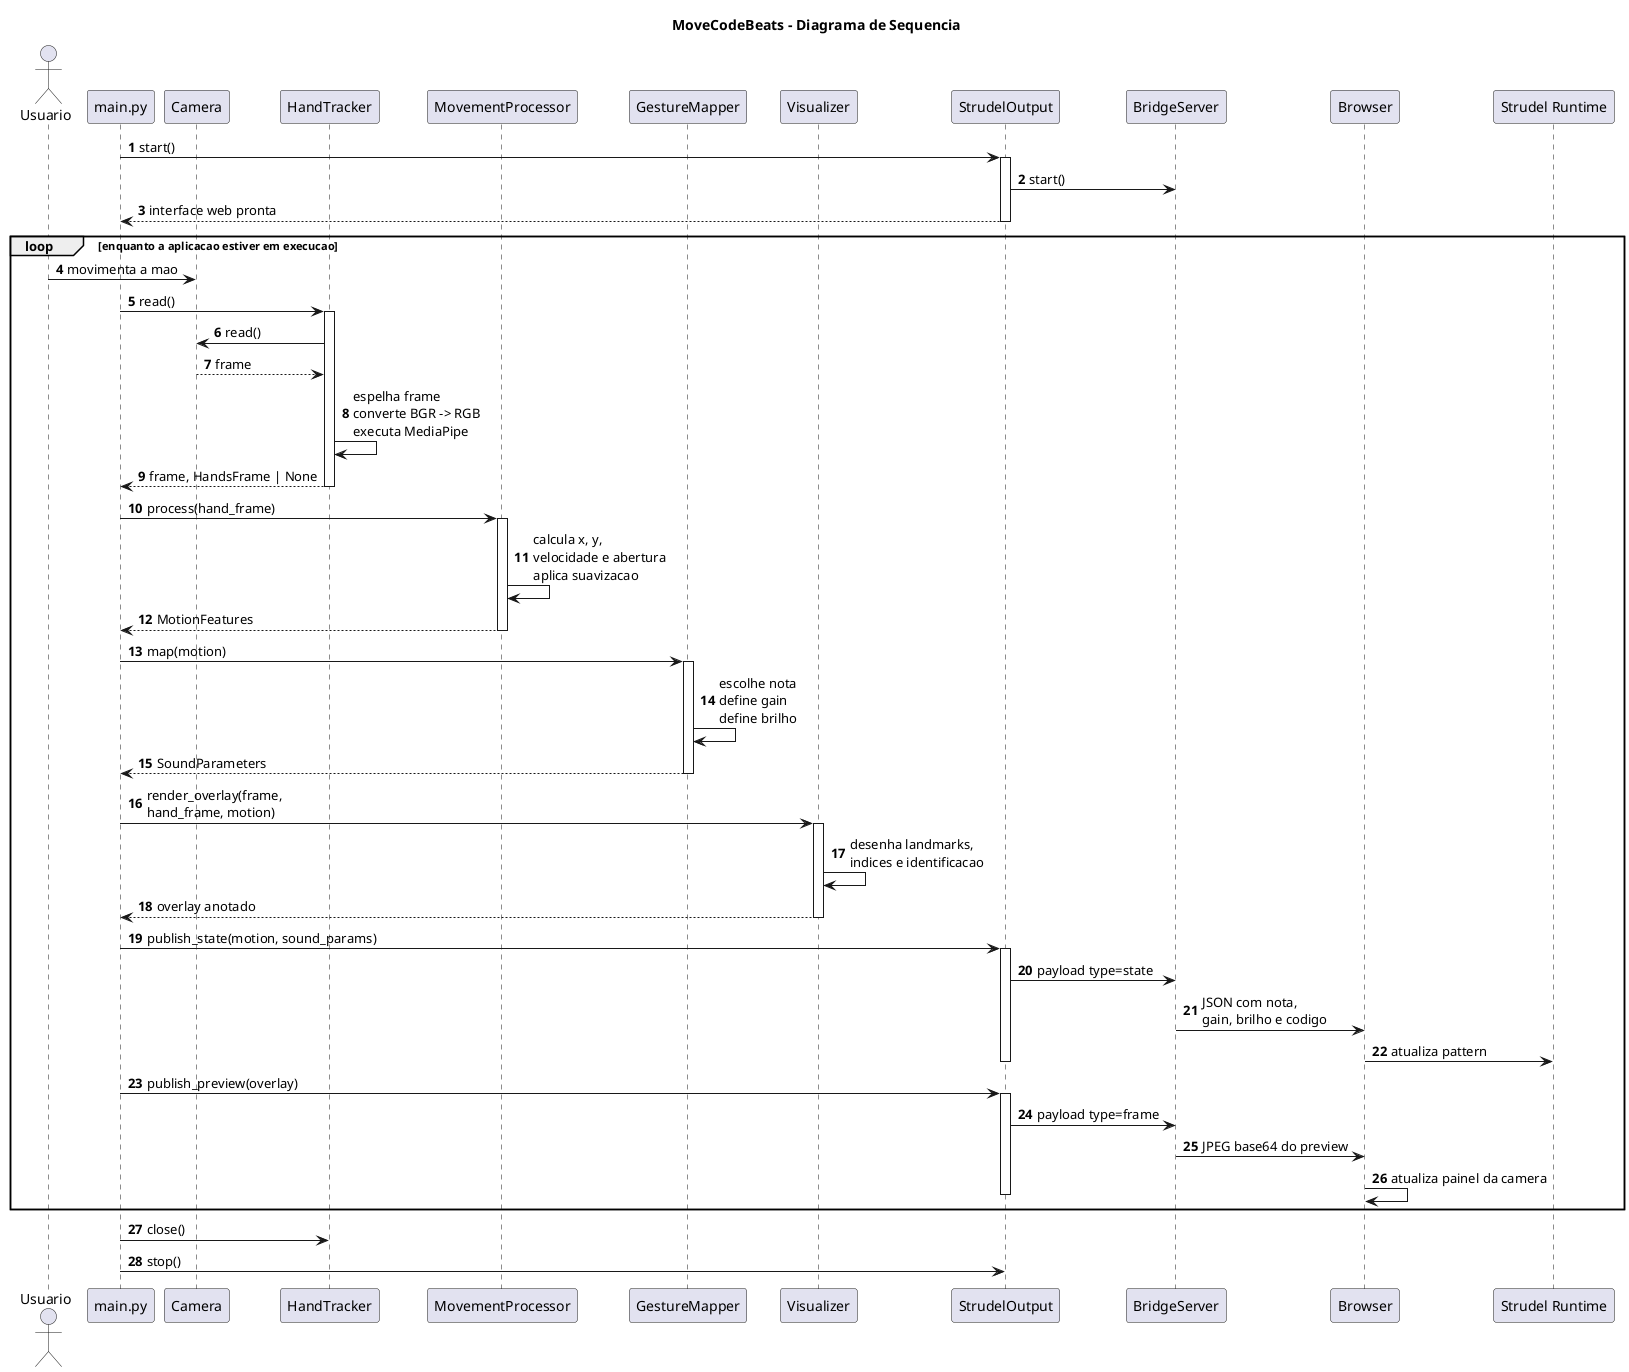
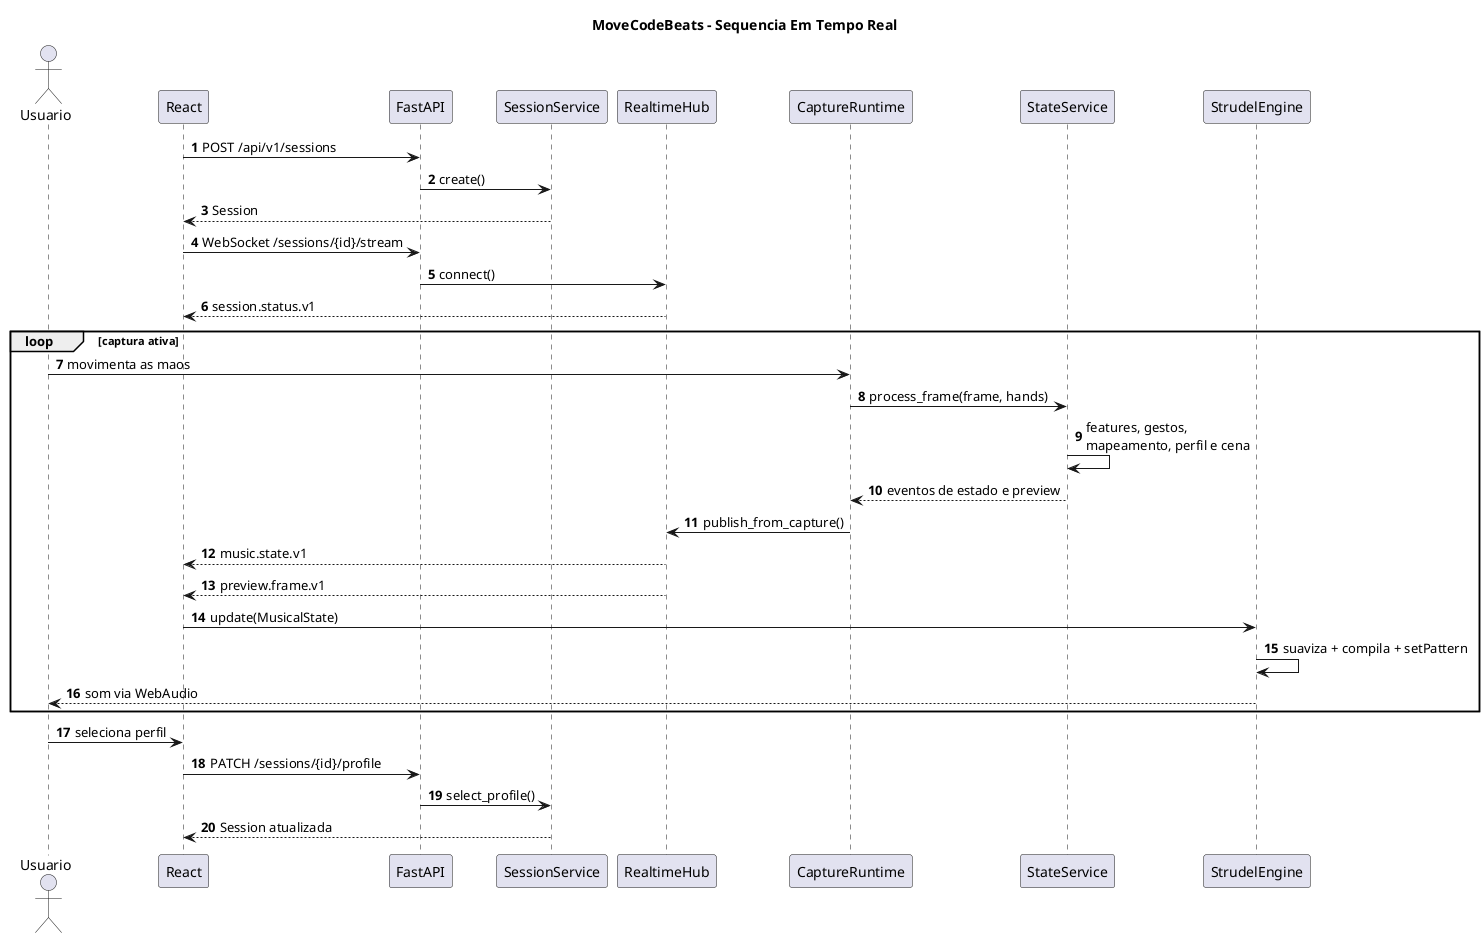
@startuml
- title MoveCodeBeats - Diagrama de Sequencia
+ title MoveCodeBeats - Sequencia Em Tempo Real
autonumber

actor Usuario
- participant "main.py" as Main
- participant "Camera" as Camera
- participant "HandTracker" as HandTracker
- participant "MovementProcessor" as MovementProcessor
- participant "GestureMapper" as GestureMapper
- participant "Visualizer" as Visualizer
- participant "StrudelOutput" as StrudelOutput
- participant "BridgeServer" as BridgeServer
- participant "Browser" as Browser
- participant "Strudel Runtime" as StrudelRuntime
+ participant React
+ participant FastAPI
+ participant SessionService
+ participant RealtimeHub
+ participant CaptureRuntime
+ participant StateService
+ participant StrudelEngine

- Main -> StrudelOutput : start()
- activate StrudelOutput
- StrudelOutput -> BridgeServer : start()
- StrudelOutput --> Main : interface web pronta
- deactivate StrudelOutput
+ React -> FastAPI : POST /api/v1/sessions
+ FastAPI -> SessionService : create()
+ SessionService --> React : Session
+ React -> FastAPI : WebSocket /sessions/{id}/stream
+ FastAPI -> RealtimeHub : connect()
+ RealtimeHub --> React : session.status.v1

- loop enquanto a aplicacao estiver em execucao
-   Usuario -> Camera : movimenta a mao
-   Main -> HandTracker : read()
-   activate HandTracker
-   HandTracker -> Camera : read()
-   Camera --> HandTracker : frame
-   HandTracker -> HandTracker : espelha frame\nconverte BGR -> RGB\nexecuta MediaPipe
-   HandTracker --> Main : frame, HandsFrame | None
-   deactivate HandTracker
- 
-   Main -> MovementProcessor : process(hand_frame)
-   activate MovementProcessor
-   MovementProcessor -> MovementProcessor : calcula x, y,\nvelocidade e abertura\naplica suavizacao
-   MovementProcessor --> Main : MotionFeatures
-   deactivate MovementProcessor
- 
-   Main -> GestureMapper : map(motion)
-   activate GestureMapper
-   GestureMapper -> GestureMapper : escolhe nota\ndefine gain\ndefine brilho
-   GestureMapper --> Main : SoundParameters
-   deactivate GestureMapper
- 
-   Main -> Visualizer : render_overlay(frame,\nhand_frame, motion)
-   activate Visualizer
-   Visualizer -> Visualizer : desenha landmarks,\nindices e identificacao
-   Visualizer --> Main : overlay anotado
-   deactivate Visualizer
- 
-   Main -> StrudelOutput : publish_state(motion, sound_params)
-   activate StrudelOutput
-   StrudelOutput -> BridgeServer : payload type=state
-   BridgeServer -> Browser : JSON com nota,\ngain, brilho e codigo
-   Browser -> StrudelRuntime : atualiza pattern
-   deactivate StrudelOutput
- 
-   Main -> StrudelOutput : publish_preview(overlay)
-   activate StrudelOutput
-   StrudelOutput -> BridgeServer : payload type=frame
-   BridgeServer -> Browser : JPEG base64 do preview
-   Browser -> Browser : atualiza painel da camera
-   deactivate StrudelOutput
+ loop captura ativa
+   Usuario -> CaptureRuntime : movimenta as maos
+   CaptureRuntime -> StateService : process_frame(frame, hands)
+   StateService -> StateService : features, gestos,\nmapeamento, perfil e cena
+   StateService --> CaptureRuntime : eventos de estado e preview
+   CaptureRuntime -> RealtimeHub : publish_from_capture()
+   RealtimeHub --> React : music.state.v1
+   RealtimeHub --> React : preview.frame.v1
+   React -> StrudelEngine : update(MusicalState)
+   StrudelEngine -> StrudelEngine : suaviza + compila + setPattern
+   StrudelEngine --> Usuario : som via WebAudio
end

- Main -> HandTracker : close()
- Main -> StrudelOutput : stop()
+ Usuario -> React : seleciona perfil
+ React -> FastAPI : PATCH /sessions/{id}/profile
+ FastAPI -> SessionService : select_profile()
+ SessionService --> React : Session atualizada
@enduml
